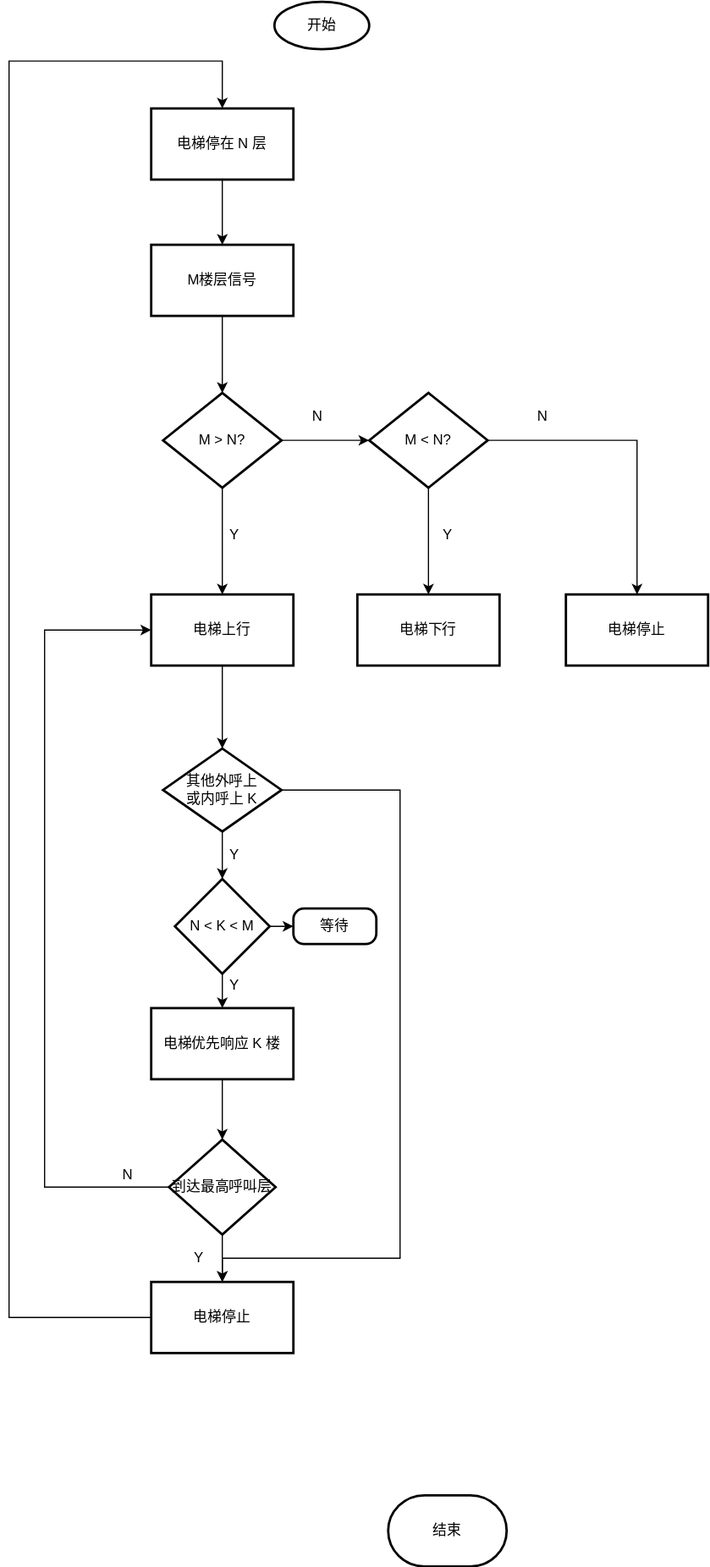
Above: Draw.io/PLC控制四层电梯程序流程图.drawio.svg in InoryLwc/ConfigRepo (draw.io), before the change. Source tidied: cells renumbered, new cells last; positions are measured from the earlier drawing's top-left corner, leaving out a move shared by most shapes.
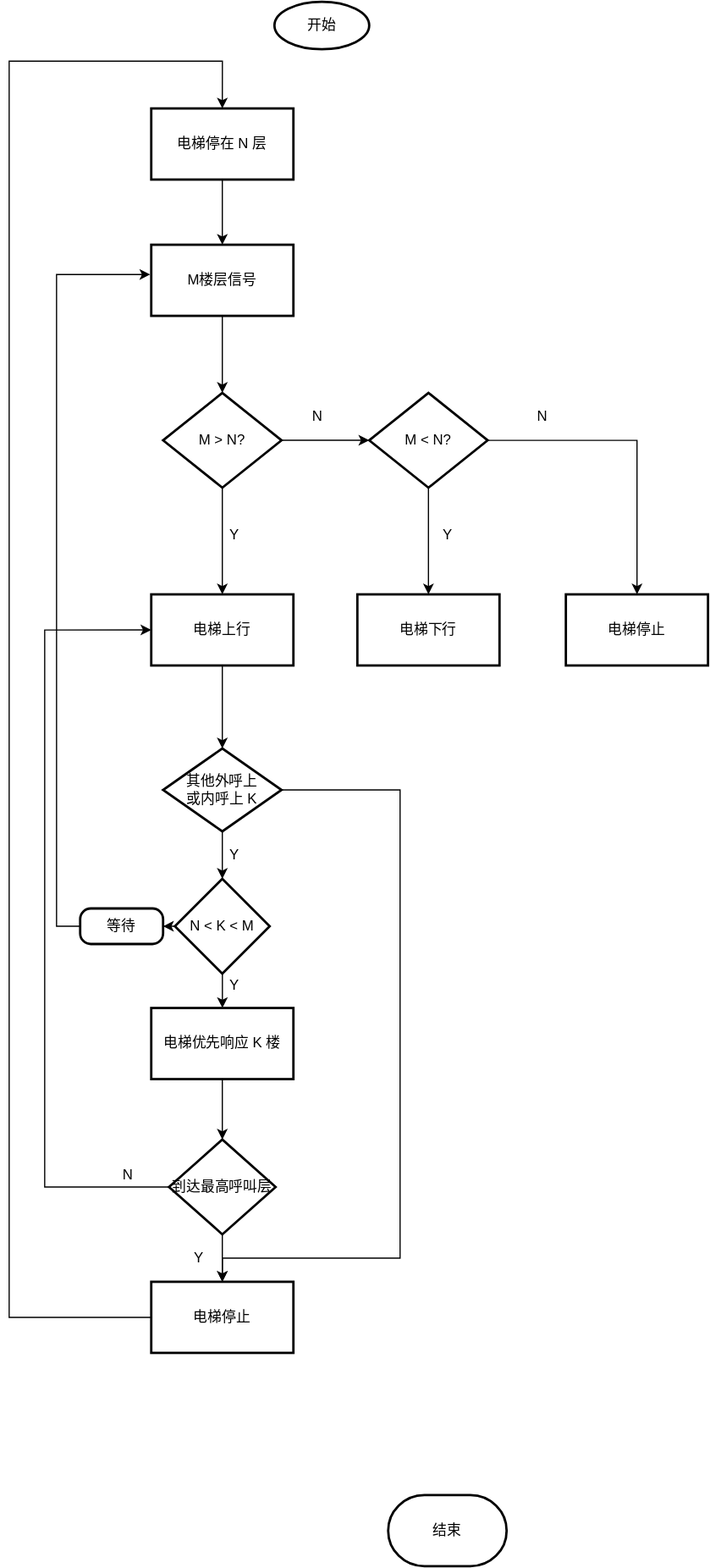
Above is the later version.

Commit message:
更新PLC控制四层电梯程序流程图.drawio.svg

Diff of the diagram source:
```diff
@@ -130,8 +130,11 @@
     <mxCell id="38" value="电梯停在 N 层" style="whiteSpace=wrap;html=1;rounded=1;strokeWidth=2;arcSize=0;" parent="1" vertex="1">
       <mxGeometry x="120" y="90" width="120" height="60" as="geometry" />
     </mxCell>
+    <mxCell id="40" style="edgeStyle=orthogonalEdgeStyle;rounded=0;jettySize=auto;html=1;exitX=0;exitY=0.5;exitDx=0;exitDy=0;entryX=-0.007;entryY=0.418;entryDx=0;entryDy=0;entryPerimeter=0;" parent="1" edge="1" source="39" target="5">
+      <mxGeometry relative="1" as="geometry" />
+    </mxCell>
     <mxCell id="39" value="等待" style="whiteSpace=wrap;html=1;rounded=1;strokeWidth=2;arcSize=30;" parent="1" vertex="1">
-      <mxGeometry x="240" y="765" width="70" height="30" as="geometry" />
+      <mxGeometry x="60" y="765" width="70" height="30" as="geometry" />
     </mxCell>
   </root>
 </mxGraphModel>
```
